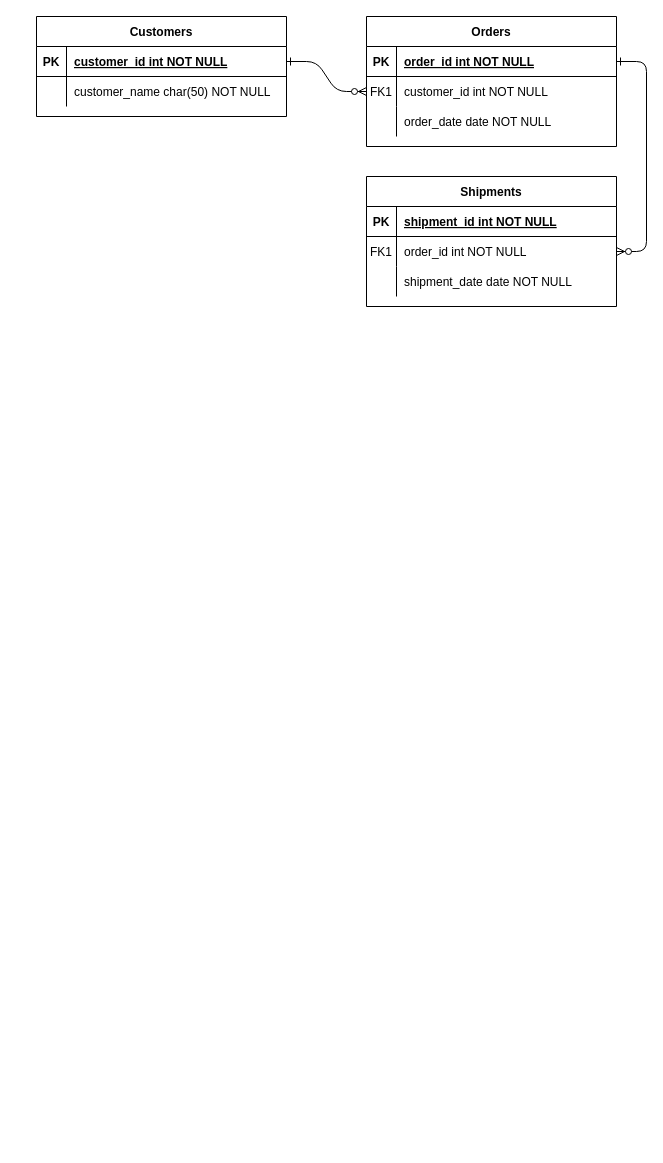
The draw.io diagram EntityDiagram.drawio in I302201/CPAPP, before the edit. Source tidied: cells renumbered, new cells numbered last; positions are measured from the earlier drawing's top-left corner, leaving out a move shared by most shapes. Both pictures are drawn from the tidied source at 100%, with x=0, y=0 at pixel (36, 16).
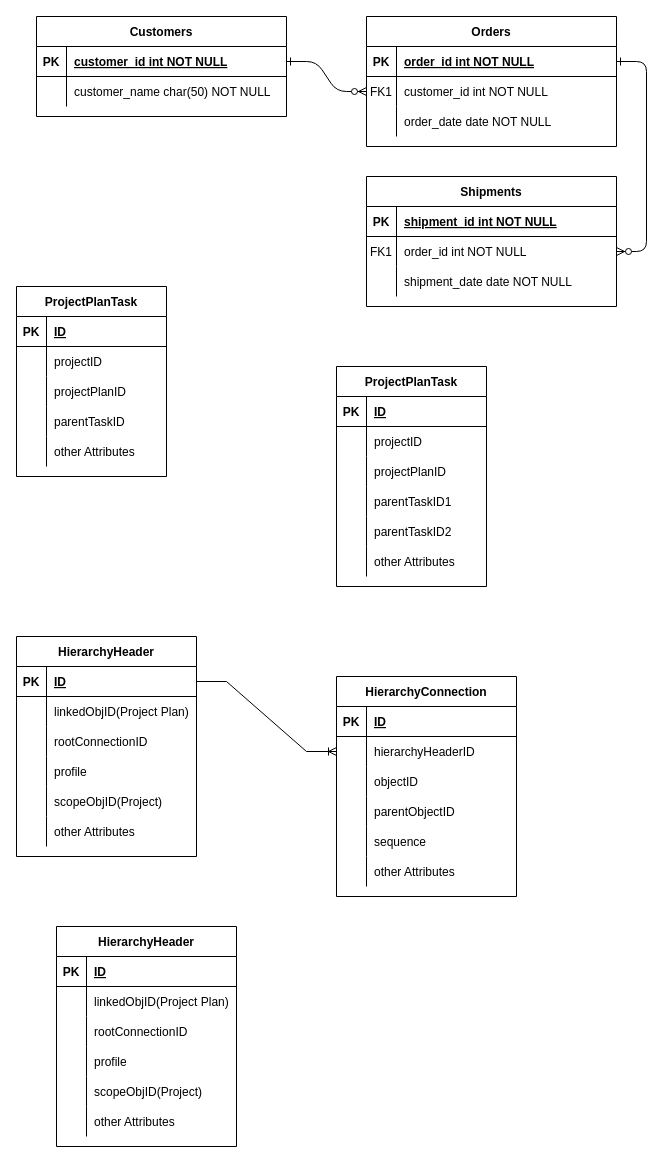
Above is the later version.

Change to the diagram source:
```diff
@@
+    <mxCell id="31" value="ProjectPlanTask" style="shape=table;startSize=30;childLayout=tableLayout;rowLines=0;fontStyle=1;align=center;" parent="1" vertex="1">
+      <mxGeometry x="-20" y="270" width="150" height="190" as="geometry" />
+    </mxCell>
+    <mxCell id="32" style="shape=partialRectangle;fillColor=none;top=0;left=0;right=0;bottom=1;" parent="31" vertex="1">
+      <mxGeometry y="30" width="150" height="30" as="geometry" />
+    </mxCell>
+    <mxCell id="33" value="PK" style="shape=partialRectangle;overflow=hidden;fillColor=none;top=0;left=0;bottom=0;right=0;fontStyle=1;" parent="32" vertex="1">
+      <mxGeometry width="30" height="30" as="geometry" />
+    </mxCell>
+    <mxCell id="34" value="ID" style="shape=partialRectangle;overflow=hidden;fillColor=none;top=0;left=0;bottom=0;right=0;align=left;spacingLeft=6;fontStyle=5;" parent="32" vertex="1">
+      <mxGeometry x="30" width="120" height="30" as="geometry" />
+    </mxCell>
+    <mxCell id="35" style="shape=partialRectangle;fillColor=none;top=0;left=0;right=0;bottom=0;" parent="31" vertex="1">
+      <mxGeometry y="60" width="150" height="30" as="geometry" />
+    </mxCell>
+    <mxCell id="36" style="shape=partialRectangle;overflow=hidden;fillColor=none;top=0;left=0;bottom=0;right=0;" parent="35" vertex="1">
+      <mxGeometry width="30" height="30" as="geometry" />
+    </mxCell>
+    <mxCell id="37" value="projectID" style="shape=partialRectangle;overflow=hidden;fillColor=none;top=0;left=0;bottom=0;right=0;align=left;spacingLeft=6;" parent="35" vertex="1">
+      <mxGeometry x="30" width="120" height="30" as="geometry" />
+    </mxCell>
+    <mxCell id="38" style="shape=partialRectangle;fillColor=none;top=0;left=0;right=0;bottom=0;" parent="31" vertex="1">
+      <mxGeometry y="90" width="150" height="30" as="geometry" />
+    </mxCell>
+    <mxCell id="39" style="shape=partialRectangle;overflow=hidden;fillColor=none;top=0;left=0;bottom=0;right=0;" parent="38" vertex="1">
+      <mxGeometry width="30" height="30" as="geometry" />
+    </mxCell>
+    <mxCell id="40" value="projectPlanID" style="shape=partialRectangle;overflow=hidden;fillColor=none;top=0;left=0;bottom=0;right=0;align=left;spacingLeft=6;" parent="38" vertex="1">
+      <mxGeometry x="30" width="120" height="30" as="geometry" />
+    </mxCell>
+    <mxCell id="41" style="shape=partialRectangle;fillColor=none;top=0;left=0;right=0;bottom=0;" parent="31" vertex="1">
+      <mxGeometry y="120" width="150" height="30" as="geometry" />
+    </mxCell>
+    <mxCell id="42" style="shape=partialRectangle;overflow=hidden;fillColor=none;top=0;left=0;bottom=0;right=0;" parent="41" vertex="1">
+      <mxGeometry width="30" height="30" as="geometry" />
+    </mxCell>
+    <mxCell id="43" value="parentTaskID" style="shape=partialRectangle;overflow=hidden;fillColor=none;top=0;left=0;bottom=0;right=0;align=left;spacingLeft=6;" parent="41" vertex="1">
+      <mxGeometry x="30" width="120" height="30" as="geometry" />
+    </mxCell>
+    <mxCell id="44" style="shape=partialRectangle;fillColor=none;top=0;left=0;right=0;bottom=0;" parent="31" vertex="1">
+      <mxGeometry y="150" width="150" height="30" as="geometry" />
+    </mxCell>
+    <mxCell id="45" style="shape=partialRectangle;overflow=hidden;fillColor=none;top=0;left=0;bottom=0;right=0;" parent="44" vertex="1">
+      <mxGeometry width="30" height="30" as="geometry" />
+    </mxCell>
+    <mxCell id="46" value="other Attributes" style="shape=partialRectangle;overflow=hidden;fillColor=none;top=0;left=0;bottom=0;right=0;align=left;spacingLeft=6;" parent="44" vertex="1">
+      <mxGeometry x="30" width="120" height="30" as="geometry" />
+    </mxCell>
+    <mxCell id="47" value="ProjectPlanTask" style="shape=table;startSize=30;childLayout=tableLayout;rowLines=0;fontStyle=1;align=center;" parent="1" vertex="1">
+      <mxGeometry x="300" y="350" width="150" height="220" as="geometry" />
+    </mxCell>
+    <mxCell id="48" style="shape=partialRectangle;fillColor=none;top=0;left=0;right=0;bottom=1;" parent="47" vertex="1">
+      <mxGeometry y="30" width="150" height="30" as="geometry" />
+    </mxCell>
+    <mxCell id="49" value="PK" style="shape=partialRectangle;overflow=hidden;fillColor=none;top=0;left=0;bottom=0;right=0;fontStyle=1;" parent="48" vertex="1">
+      <mxGeometry width="30" height="30" as="geometry" />
+    </mxCell>
+    <mxCell id="50" value="ID" style="shape=partialRectangle;overflow=hidden;fillColor=none;top=0;left=0;bottom=0;right=0;align=left;spacingLeft=6;fontStyle=5;" parent="48" vertex="1">
+      <mxGeometry x="30" width="120" height="30" as="geometry" />
+    </mxCell>
+    <mxCell id="51" style="shape=partialRectangle;fillColor=none;top=0;left=0;right=0;bottom=0;" parent="47" vertex="1">
+      <mxGeometry y="60" width="150" height="30" as="geometry" />
+    </mxCell>
+    <mxCell id="52" style="shape=partialRectangle;overflow=hidden;fillColor=none;top=0;left=0;bottom=0;right=0;" parent="51" vertex="1">
+      <mxGeometry width="30" height="30" as="geometry" />
+    </mxCell>
+    <mxCell id="53" value="projectID" style="shape=partialRectangle;overflow=hidden;fillColor=none;top=0;left=0;bottom=0;right=0;align=left;spacingLeft=6;" parent="51" vertex="1">
+      <mxGeometry x="30" width="120" height="30" as="geometry" />
+    </mxCell>
+    <mxCell id="54" style="shape=partialRectangle;fillColor=none;top=0;left=0;right=0;bottom=0;" parent="47" vertex="1">
+      <mxGeometry y="90" width="150" height="30" as="geometry" />
+    </mxCell>
+    <mxCell id="55" style="shape=partialRectangle;overflow=hidden;fillColor=none;top=0;left=0;bottom=0;right=0;" parent="54" vertex="1">
+      <mxGeometry width="30" height="30" as="geometry" />
+    </mxCell>
+    <mxCell id="56" value="projectPlanID" style="shape=partialRectangle;overflow=hidden;fillColor=none;top=0;left=0;bottom=0;right=0;align=left;spacingLeft=6;" parent="54" vertex="1">
+      <mxGeometry x="30" width="120" height="30" as="geometry" />
+    </mxCell>
+    <mxCell id="57" style="shape=partialRectangle;fillColor=none;top=0;left=0;right=0;bottom=0;" parent="47" vertex="1">
+      <mxGeometry y="120" width="150" height="30" as="geometry" />
+    </mxCell>
+    <mxCell id="58" style="shape=partialRectangle;overflow=hidden;fillColor=none;top=0;left=0;bottom=0;right=0;" parent="57" vertex="1">
+      <mxGeometry width="30" height="30" as="geometry" />
+    </mxCell>
+    <mxCell id="59" value="parentTaskID1" style="shape=partialRectangle;overflow=hidden;fillColor=none;top=0;left=0;bottom=0;right=0;align=left;spacingLeft=6;" parent="57" vertex="1">
+      <mxGeometry x="30" width="120" height="30" as="geometry" />
+    </mxCell>
+    <mxCell id="60" style="shape=partialRectangle;fillColor=none;top=0;left=0;right=0;bottom=0;" parent="47" vertex="1">
+      <mxGeometry y="150" width="150" height="30" as="geometry" />
+    </mxCell>
+    <mxCell id="61" style="shape=partialRectangle;overflow=hidden;fillColor=none;top=0;left=0;bottom=0;right=0;" parent="60" vertex="1">
+      <mxGeometry width="30" height="30" as="geometry" />
+    </mxCell>
+    <mxCell id="62" value="parentTaskID2" style="shape=partialRectangle;overflow=hidden;fillColor=none;top=0;left=0;bottom=0;right=0;align=left;spacingLeft=6;" parent="60" vertex="1">
+      <mxGeometry x="30" width="120" height="30" as="geometry" />
+    </mxCell>
+    <mxCell id="63" style="shape=partialRectangle;fillColor=none;top=0;left=0;right=0;bottom=0;" parent="47" vertex="1">
+      <mxGeometry y="180" width="150" height="30" as="geometry" />
+    </mxCell>
+    <mxCell id="64" style="shape=partialRectangle;overflow=hidden;fillColor=none;top=0;left=0;bottom=0;right=0;" parent="63" vertex="1">
+      <mxGeometry width="30" height="30" as="geometry" />
+    </mxCell>
+    <mxCell id="65" value="other Attributes" style="shape=partialRectangle;overflow=hidden;fillColor=none;top=0;left=0;bottom=0;right=0;align=left;spacingLeft=6;" parent="63" vertex="1">
+      <mxGeometry x="30" width="120" height="30" as="geometry" />
+    </mxCell>
+    <mxCell id="66" value="HierarchyHeader" style="shape=table;startSize=30;childLayout=tableLayout;rowLines=0;fontStyle=1;align=center;" parent="1" vertex="1">
+      <mxGeometry x="-20" y="620" width="180" height="220" as="geometry" />
+    </mxCell>
+    <mxCell id="67" style="shape=partialRectangle;fillColor=none;points=[[0,0.5],[1,0.5]];portConstraint=eastwest;top=0;left=0;right=0;bottom=1;" parent="66" vertex="1">
+      <mxGeometry y="30" width="180" height="30" as="geometry" />
+    </mxCell>
+    <mxCell id="68" value="PK" style="shape=partialRectangle;overflow=hidden;fillColor=none;top=0;left=0;bottom=0;right=0;fontStyle=1;" parent="67" vertex="1">
+      <mxGeometry width="30" height="30" as="geometry" />
+    </mxCell>
+    <mxCell id="69" value="ID" style="shape=partialRectangle;overflow=hidden;fillColor=none;top=0;left=0;bottom=0;right=0;align=left;spacingLeft=6;fontStyle=5;" parent="67" vertex="1">
+      <mxGeometry x="30" width="150" height="30" as="geometry" />
+    </mxCell>
+    <mxCell id="70" style="shape=partialRectangle;fillColor=none;top=0;left=0;right=0;bottom=0;" parent="66" vertex="1">
+      <mxGeometry y="60" width="180" height="30" as="geometry" />
+    </mxCell>
+    <mxCell id="71" style="shape=partialRectangle;overflow=hidden;fillColor=none;top=0;left=0;bottom=0;right=0;" parent="70" vertex="1">
+      <mxGeometry width="30" height="30" as="geometry" />
+    </mxCell>
+    <mxCell id="72" value="linkedObjID(Project Plan)" style="shape=partialRectangle;overflow=hidden;fillColor=none;top=0;left=0;bottom=0;right=0;align=left;spacingLeft=6;" parent="70" vertex="1">
+      <mxGeometry x="30" width="150" height="30" as="geometry" />
+    </mxCell>
+    <mxCell id="73" style="shape=partialRectangle;fillColor=none;top=0;left=0;right=0;bottom=0;" parent="66" vertex="1">
+      <mxGeometry y="90" width="180" height="30" as="geometry" />
+    </mxCell>
+    <mxCell id="74" style="shape=partialRectangle;overflow=hidden;fillColor=none;top=0;left=0;bottom=0;right=0;" parent="73" vertex="1">
+      <mxGeometry width="30" height="30" as="geometry" />
+    </mxCell>
+    <mxCell id="75" value="rootConnectionID" style="shape=partialRectangle;overflow=hidden;fillColor=none;top=0;left=0;bottom=0;right=0;align=left;spacingLeft=6;" parent="73" vertex="1">
+      <mxGeometry x="30" width="150" height="30" as="geometry" />
+    </mxCell>
+    <mxCell id="76" style="shape=partialRectangle;fillColor=none;top=0;left=0;right=0;bottom=0;" parent="66" vertex="1">
+      <mxGeometry y="120" width="180" height="30" as="geometry" />
+    </mxCell>
+    <mxCell id="77" style="shape=partialRectangle;overflow=hidden;fillColor=none;top=0;left=0;bottom=0;right=0;" parent="76" vertex="1">
+      <mxGeometry width="30" height="30" as="geometry" />
+    </mxCell>
+    <mxCell id="78" value="profile" style="shape=partialRectangle;overflow=hidden;fillColor=none;top=0;left=0;bottom=0;right=0;align=left;spacingLeft=6;" parent="76" vertex="1">
+      <mxGeometry x="30" width="150" height="30" as="geometry" />
+    </mxCell>
+    <mxCell id="79" style="shape=partialRectangle;fillColor=none;top=0;left=0;right=0;bottom=0;" parent="66" vertex="1">
+      <mxGeometry y="150" width="180" height="30" as="geometry" />
+    </mxCell>
+    <mxCell id="80" style="shape=partialRectangle;overflow=hidden;fillColor=none;top=0;left=0;bottom=0;right=0;" parent="79" vertex="1">
+      <mxGeometry width="30" height="30" as="geometry" />
+    </mxCell>
+    <mxCell id="81" value="scopeObjID(Project)" style="shape=partialRectangle;overflow=hidden;fillColor=none;top=0;left=0;bottom=0;right=0;align=left;spacingLeft=6;" parent="79" vertex="1">
+      <mxGeometry x="30" width="150" height="30" as="geometry" />
+    </mxCell>
+    <mxCell id="82" style="shape=partialRectangle;fillColor=none;top=0;left=0;right=0;bottom=0;" parent="66" vertex="1">
+      <mxGeometry y="180" width="180" height="30" as="geometry" />
+    </mxCell>
+    <mxCell id="83" style="shape=partialRectangle;overflow=hidden;fillColor=none;top=0;left=0;bottom=0;right=0;" parent="82" vertex="1">
+      <mxGeometry width="30" height="30" as="geometry" />
+    </mxCell>
+    <mxCell id="84" value="other Attributes" style="shape=partialRectangle;overflow=hidden;fillColor=none;top=0;left=0;bottom=0;right=0;align=left;spacingLeft=6;" parent="82" vertex="1">
+      <mxGeometry x="30" width="150" height="30" as="geometry" />
+    </mxCell>
+    <mxCell id="85" value="HierarchyConnection" style="shape=table;startSize=30;childLayout=tableLayout;rowLines=0;fontStyle=1;align=center;" parent="1" vertex="1">
+      <mxGeometry x="300" y="660" width="180" height="220" as="geometry" />
+    </mxCell>
+    <mxCell id="86" style="shape=partialRectangle;fillColor=none;top=0;left=0;right=0;bottom=1;" parent="85" vertex="1">
+      <mxGeometry y="30" width="180" height="30" as="geometry" />
+    </mxCell>
+    <mxCell id="87" value="PK" style="shape=partialRectangle;overflow=hidden;fillColor=none;top=0;left=0;bottom=0;right=0;fontStyle=1;" parent="86" vertex="1">
+      <mxGeometry width="30" height="30" as="geometry" />
+    </mxCell>
+    <mxCell id="88" value="ID" style="shape=partialRectangle;overflow=hidden;fillColor=none;top=0;left=0;bottom=0;right=0;align=left;spacingLeft=6;fontStyle=5;" parent="86" vertex="1">
+      <mxGeometry x="30" width="150" height="30" as="geometry" />
+    </mxCell>
+    <mxCell id="89" style="shape=partialRectangle;fillColor=none;points=[[0,0.5],[1,0.5]];portConstraint=eastwest;top=0;left=0;right=0;bottom=0;" parent="85" vertex="1">
+      <mxGeometry y="60" width="180" height="30" as="geometry" />
+    </mxCell>
+    <mxCell id="90" style="shape=partialRectangle;overflow=hidden;fillColor=none;top=0;left=0;bottom=0;right=0;" parent="89" vertex="1">
+      <mxGeometry width="30" height="30" as="geometry" />
+    </mxCell>
+    <mxCell id="91" value="hierarchyHeaderID" style="shape=partialRectangle;overflow=hidden;fillColor=none;top=0;left=0;bottom=0;right=0;align=left;spacingLeft=6;" parent="89" vertex="1">
+      <mxGeometry x="30" width="150" height="30" as="geometry" />
+    </mxCell>
+    <mxCell id="92" style="shape=partialRectangle;fillColor=none;top=0;left=0;right=0;bottom=0;" parent="85" vertex="1">
+      <mxGeometry y="90" width="180" height="30" as="geometry" />
+    </mxCell>
+    <mxCell id="93" style="shape=partialRectangle;overflow=hidden;fillColor=none;top=0;left=0;bottom=0;right=0;" parent="92" vertex="1">
+      <mxGeometry width="30" height="30" as="geometry" />
+    </mxCell>
+    <mxCell id="94" value="objectID" style="shape=partialRectangle;overflow=hidden;fillColor=none;top=0;left=0;bottom=0;right=0;align=left;spacingLeft=6;" parent="92" vertex="1">
+      <mxGeometry x="30" width="150" height="30" as="geometry" />
+    </mxCell>
+    <mxCell id="95" style="shape=partialRectangle;fillColor=none;top=0;left=0;right=0;bottom=0;" parent="85" vertex="1">
+      <mxGeometry y="120" width="180" height="30" as="geometry" />
+    </mxCell>
+    <mxCell id="96" style="shape=partialRectangle;overflow=hidden;fillColor=none;top=0;left=0;bottom=0;right=0;" parent="95" vertex="1">
+      <mxGeometry width="30" height="30" as="geometry" />
+    </mxCell>
+    <mxCell id="97" value="parentObjectID" style="shape=partialRectangle;overflow=hidden;fillColor=none;top=0;left=0;bottom=0;right=0;align=left;spacingLeft=6;" parent="95" vertex="1">
+      <mxGeometry x="30" width="150" height="30" as="geometry" />
+    </mxCell>
+    <mxCell id="98" style="shape=partialRectangle;fillColor=none;top=0;left=0;right=0;bottom=0;" parent="85" vertex="1">
+      <mxGeometry y="150" width="180" height="30" as="geometry" />
+    </mxCell>
+    <mxCell id="99" style="shape=partialRectangle;overflow=hidden;fillColor=none;top=0;left=0;bottom=0;right=0;" parent="98" vertex="1">
+      <mxGeometry width="30" height="30" as="geometry" />
+    </mxCell>
+    <mxCell id="100" value="sequence" style="shape=partialRectangle;overflow=hidden;fillColor=none;top=0;left=0;bottom=0;right=0;align=left;spacingLeft=6;" parent="98" vertex="1">
+      <mxGeometry x="30" width="150" height="30" as="geometry" />
+    </mxCell>
+    <mxCell id="101" style="shape=partialRectangle;fillColor=none;top=0;left=0;right=0;bottom=0;" parent="85" vertex="1">
+      <mxGeometry y="180" width="180" height="30" as="geometry" />
+    </mxCell>
+    <mxCell id="102" style="shape=partialRectangle;overflow=hidden;fillColor=none;top=0;left=0;bottom=0;right=0;" parent="101" vertex="1">
+      <mxGeometry width="30" height="30" as="geometry" />
+    </mxCell>
+    <mxCell id="103" value="other Attributes" style="shape=partialRectangle;overflow=hidden;fillColor=none;top=0;left=0;bottom=0;right=0;align=left;spacingLeft=6;" parent="101" vertex="1">
+      <mxGeometry x="30" width="150" height="30" as="geometry" />
+    </mxCell>
+    <mxCell id="104" style="edgeStyle=entityRelationEdgeStyle;fontSize=12;html=1;endArrow=ERoneToMany;rounded=0;entryX=0;entryY=0.5;entryDx=0;entryDy=0;exitX=1;exitY=0.5;exitDx=0;exitDy=0;" parent="1" edge="1" source="67" target="89">
+      <mxGeometry relative="1" as="geometry" />
+    </mxCell>
+    <mxCell id="105" value="HierarchyHeader" style="shape=table;startSize=30;childLayout=tableLayout;rowLines=0;fontStyle=1;align=center;" parent="1" vertex="1">
+      <mxGeometry x="20" y="910" width="180" height="220" as="geometry" />
+    </mxCell>
+    <mxCell id="106" style="shape=partialRectangle;fillColor=none;top=0;left=0;right=0;bottom=1;" parent="105" vertex="1">
+      <mxGeometry y="30" width="180" height="30" as="geometry" />
+    </mxCell>
+    <mxCell id="107" value="PK" style="shape=partialRectangle;overflow=hidden;fillColor=none;top=0;left=0;bottom=0;right=0;fontStyle=1;" parent="106" vertex="1">
+      <mxGeometry width="30" height="30" as="geometry" />
+    </mxCell>
+    <mxCell id="108" value="ID" style="shape=partialRectangle;overflow=hidden;fillColor=none;top=0;left=0;bottom=0;right=0;align=left;spacingLeft=6;fontStyle=5;" parent="106" vertex="1">
+      <mxGeometry x="30" width="150" height="30" as="geometry" />
+    </mxCell>
+    <mxCell id="109" style="shape=partialRectangle;fillColor=none;top=0;left=0;right=0;bottom=0;" parent="105" vertex="1">
+      <mxGeometry y="60" width="180" height="30" as="geometry" />
+    </mxCell>
+    <mxCell id="110" style="shape=partialRectangle;overflow=hidden;fillColor=none;top=0;left=0;bottom=0;right=0;" parent="109" vertex="1">
+      <mxGeometry width="30" height="30" as="geometry" />
+    </mxCell>
+    <mxCell id="111" value="linkedObjID(Project Plan)" style="shape=partialRectangle;overflow=hidden;fillColor=none;top=0;left=0;bottom=0;right=0;align=left;spacingLeft=6;" parent="109" vertex="1">
+      <mxGeometry x="30" width="150" height="30" as="geometry" />
+    </mxCell>
+    <mxCell id="112" style="shape=partialRectangle;fillColor=none;top=0;left=0;right=0;bottom=0;" parent="105" vertex="1">
+      <mxGeometry y="90" width="180" height="30" as="geometry" />
+    </mxCell>
+    <mxCell id="113" style="shape=partialRectangle;overflow=hidden;fillColor=none;top=0;left=0;bottom=0;right=0;" parent="112" vertex="1">
+      <mxGeometry width="30" height="30" as="geometry" />
+    </mxCell>
+    <mxCell id="114" value="rootConnectionID" style="shape=partialRectangle;overflow=hidden;fillColor=none;top=0;left=0;bottom=0;right=0;align=left;spacingLeft=6;" parent="112" vertex="1">
+      <mxGeometry x="30" width="150" height="30" as="geometry" />
+    </mxCell>
+    <mxCell id="115" style="shape=partialRectangle;fillColor=none;top=0;left=0;right=0;bottom=0;" parent="105" vertex="1">
+      <mxGeometry y="120" width="180" height="30" as="geometry" />
+    </mxCell>
+    <mxCell id="116" style="shape=partialRectangle;overflow=hidden;fillColor=none;top=0;left=0;bottom=0;right=0;" parent="115" vertex="1">
+      <mxGeometry width="30" height="30" as="geometry" />
+    </mxCell>
+    <mxCell id="117" value="profile" style="shape=partialRectangle;overflow=hidden;fillColor=none;top=0;left=0;bottom=0;right=0;align=left;spacingLeft=6;" parent="115" vertex="1">
+      <mxGeometry x="30" width="150" height="30" as="geometry" />
+    </mxCell>
+    <mxCell id="118" style="shape=partialRectangle;fillColor=none;top=0;left=0;right=0;bottom=0;" parent="105" vertex="1">
+      <mxGeometry y="150" width="180" height="30" as="geometry" />
+    </mxCell>
+    <mxCell id="119" style="shape=partialRectangle;overflow=hidden;fillColor=none;top=0;left=0;bottom=0;right=0;" parent="118" vertex="1">
+      <mxGeometry width="30" height="30" as="geometry" />
+    </mxCell>
+    <mxCell id="120" value="scopeObjID(Project)" style="shape=partialRectangle;overflow=hidden;fillColor=none;top=0;left=0;bottom=0;right=0;align=left;spacingLeft=6;" parent="118" vertex="1">
+      <mxGeometry x="30" width="150" height="30" as="geometry" />
+    </mxCell>
+    <mxCell id="121" style="shape=partialRectangle;fillColor=none;top=0;left=0;right=0;bottom=0;" parent="105" vertex="1">
+      <mxGeometry y="180" width="180" height="30" as="geometry" />
+    </mxCell>
+    <mxCell id="122" style="shape=partialRectangle;overflow=hidden;fillColor=none;top=0;left=0;bottom=0;right=0;" parent="121" vertex="1">
+      <mxGeometry width="30" height="30" as="geometry" />
+    </mxCell>
+    <mxCell id="123" value="other Attributes" style="shape=partialRectangle;overflow=hidden;fillColor=none;top=0;left=0;bottom=0;right=0;align=left;spacingLeft=6;" parent="121" vertex="1">
+      <mxGeometry x="30" width="150" height="30" as="geometry" />
+    </mxCell>
```
